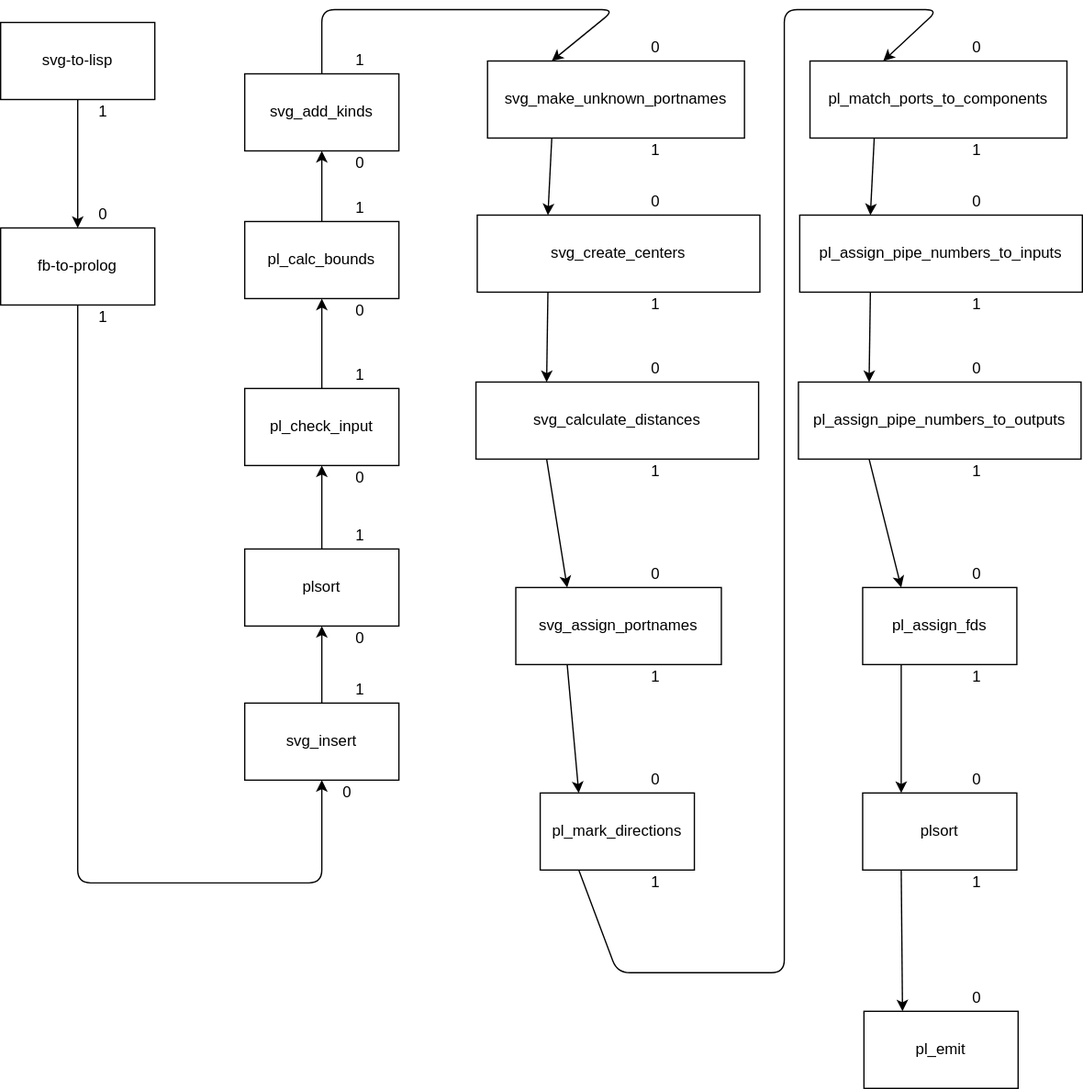
bmfbp/bmfbp keeps this draw.io diagram as svg/svg_compiler.svg. Above is the earlier version. Source tidied: cells renumbered, new cells last; positions are measured from the earlier drawing's top-left corner, leaving out a move shared by most shapes.
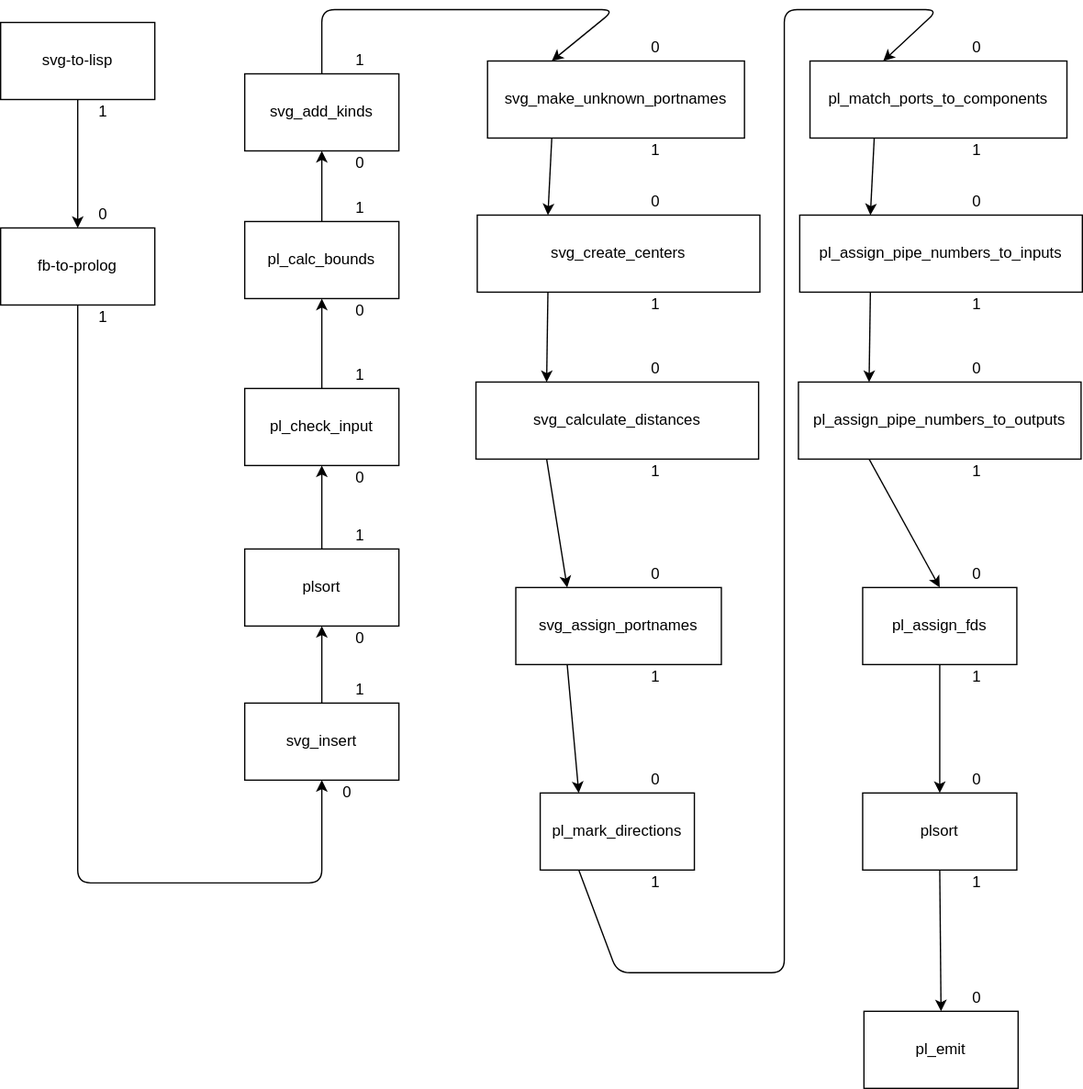
Above is the later version.

Commit message:
wip: moving line from pl_assign_pipe_numbers_to_outputs produces an error

Diff of the diagram source:
```diff
@@ -136,10 +136,10 @@
     <mxCell id="45" style="endArrow=classic;entryX=0.25;entryY=0;exitX=0.25;exitY=1;" parent="1" edge="1" source="41" target="42">
       <mxGeometry relative="1" as="geometry" />
     </mxCell>
-    <mxCell id="46" style="endArrow=classic;entryX=0.25;entryY=0;exitX=0.25;exitY=1;" parent="1" edge="1" source="42" target="43">
+    <mxCell id="46" style="endArrow=classic;entryX=0.5;entryY=0;exitX=0.25;exitY=1;" parent="1" edge="1" source="42" target="43">
       <mxGeometry relative="1" as="geometry" />
     </mxCell>
-    <mxCell id="47" style="endArrow=classic;entryX=0.25;entryY=0;exitX=0.25;exitY=1;" parent="1" edge="1" source="43" target="44">
+    <mxCell id="47" style="endArrow=classic;entryX=0.5;entryY=0;exitX=0.5;exitY=1;" parent="1" edge="1" source="43" target="44">
       <mxGeometry relative="1" as="geometry" />
     </mxCell>
     <mxCell id="48" value="0" style="text;strokeColor=none;fillColor=none;align=center;verticalAlign=middle;rounded=0;" parent="1" vertex="1">
@@ -172,7 +172,7 @@
     <mxCell id="57" value="pl_emit" style="rounded=0;" parent="1" vertex="1">
       <mxGeometry x="672" y="780" width="120" height="60" as="geometry" />
     </mxCell>
-    <mxCell id="58" style="endArrow=classic;html=1;exitX=0.25;exitY=1;entryX=0.25;entryY=0;" parent="1" edge="1" source="44" target="57">
+    <mxCell id="58" style="endArrow=classic;html=1;exitX=0.5;exitY=1;entryX=0.5;entryY=0;" parent="1" edge="1" source="44" target="57">
       <mxGeometry relative="1" as="geometry" />
     </mxCell>
     <mxCell id="59" value="1" style="text;strokeColor=none;fillColor=none;align=center;verticalAlign=middle;rounded=0;" parent="1" vertex="1">
```
